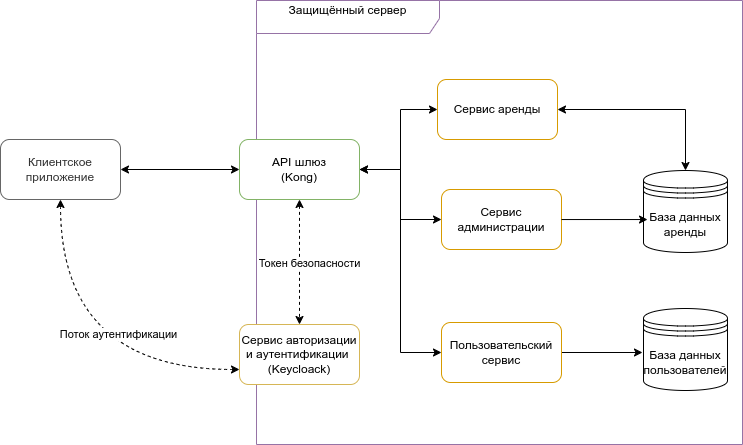
Earlier version of the draw.io export documentation/diagrams/general/Общая архитектура.drawio.png (BuchnevDmitry/tp-9.2). Source tidied: cells renumbered, new cells last; positions are measured from the earlier drawing's top-left corner, leaving out a move shared by most shapes.
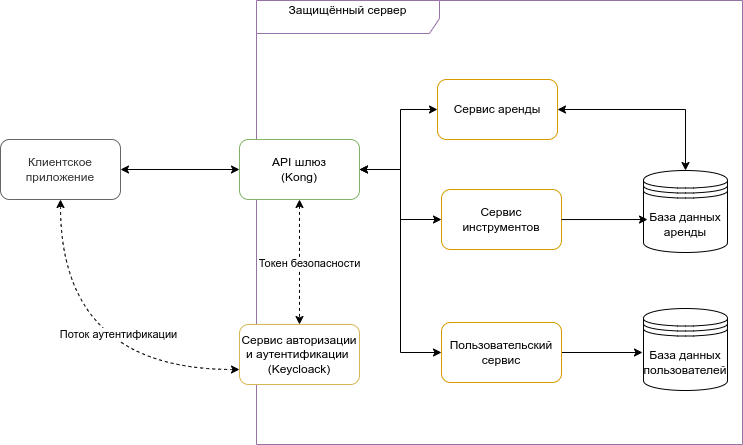
Above is the later version.

What changed in the source:
```diff
@@ -58,7 +58,7 @@
     <mxCell id="16" value="&lt;div&gt;Пользовательский&lt;/div&gt;&lt;div&gt;сервис&lt;br&gt;&lt;/div&gt;" style="rounded=1;whiteSpace=wrap;html=1;fillColor=#FFFFFF;strokeColor=#d79b00;" parent="1" vertex="1">
       <mxGeometry x="441" y="322" width="120" height="60" as="geometry" />
     </mxCell>
-    <mxCell id="17" value="Сервис администрации" style="rounded=1;whiteSpace=wrap;html=1;fillColor=#FFFFFF;strokeColor=#d79b00;" parent="1" vertex="1">
+    <mxCell id="17" value="Сервис инструментов" style="rounded=1;whiteSpace=wrap;html=1;fillColor=#FFFFFF;strokeColor=#d79b00;" parent="1" vertex="1">
       <mxGeometry x="441" y="189" width="120" height="60" as="geometry" />
     </mxCell>
     <mxCell id="18" value="&lt;div&gt;База данных аренды&lt;/div&gt;" style="shape=datastore;whiteSpace=wrap;html=1;" parent="1" vertex="1">
```
